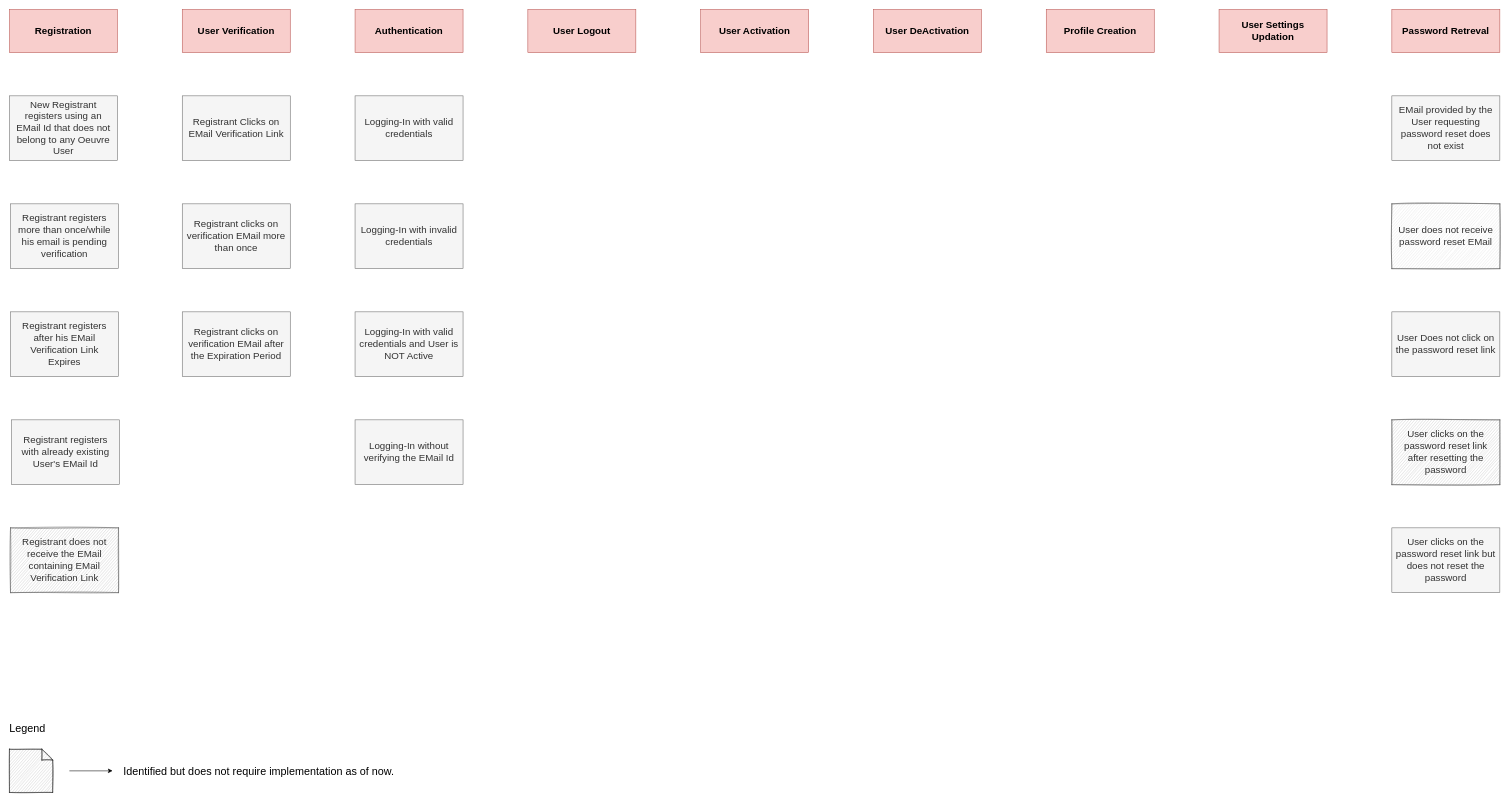
Earlier version of the draw.io diagram page "IdentityAccess-ExampleMapping" (6 of 7) of design/EventStorming.drawio (codefinity/oeuvre). Source tidied: cells renumbered, new cells numbered last; positions are measured from the earlier drawing's top-left corner, leaving out a move shared by most shapes. Both pictures are drawn from the tidied source at 54%, with x=0, y=0 at pixel (9, 9).
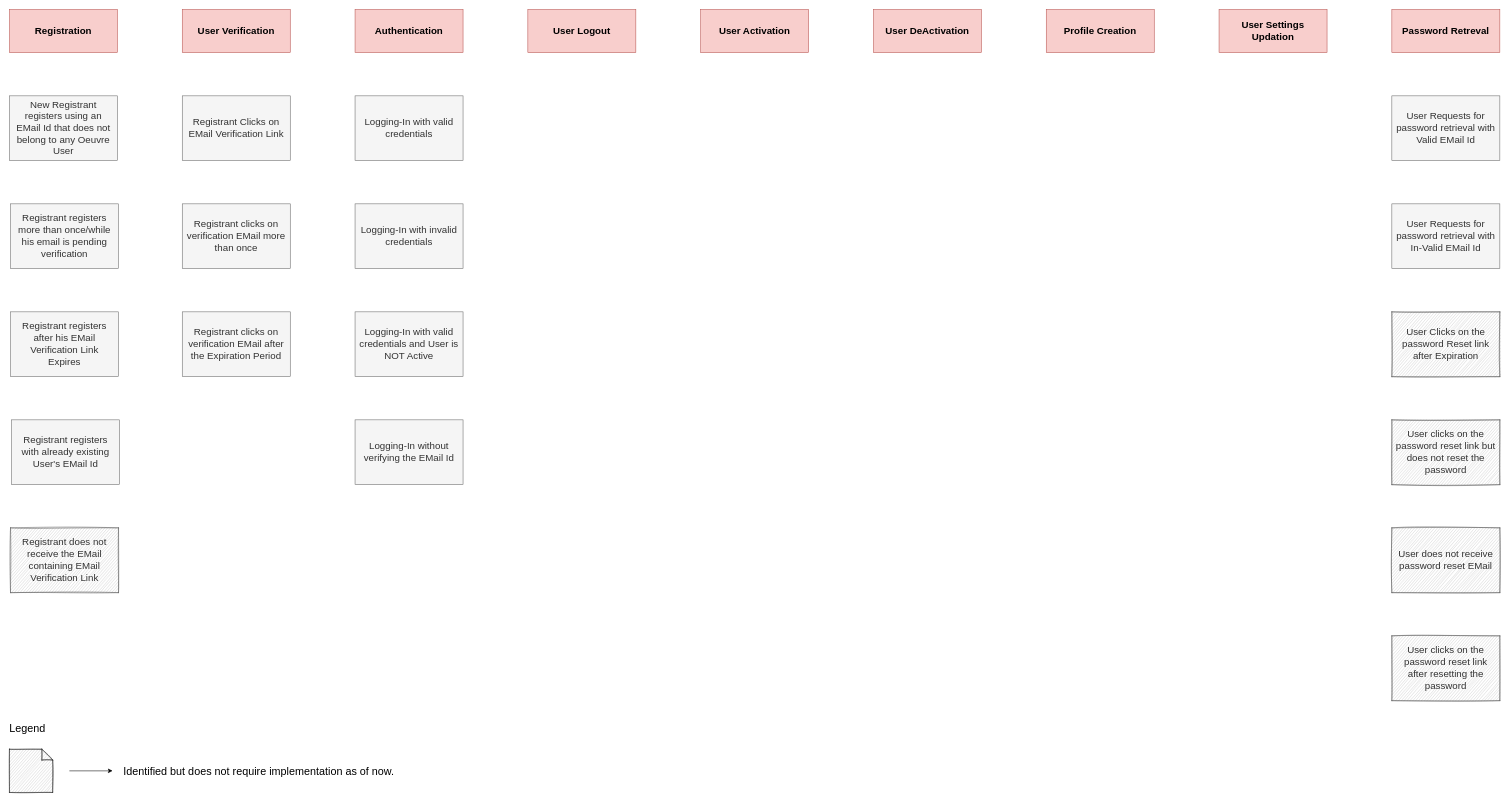
The same diagram, later.

Diff of the diagram source:
```diff
@@
-    <mxCell id="17" value="EMail provided by the User requesting password reset does not exist" style="rounded=0;whiteSpace=wrap;html=1;fontSize=18;fillColor=#f5f5f5;strokeColor=#666666;fontColor=#333333;spacing=6;" parent="1" vertex="1">
-      <mxGeometry x="2560" y="160" width="200" height="120" as="geometry" />
+    <mxCell id="17" value="User Requests for password&amp;nbsp;retrieval with In-Valid EMail Id" style="rounded=0;whiteSpace=wrap;html=1;fontSize=18;fillColor=#f5f5f5;strokeColor=#666666;fontColor=#333333;spacing=6;" parent="1" vertex="1">
+      <mxGeometry x="2560" y="360" width="200" height="120" as="geometry" />
     </mxCell>
-    <mxCell id="18" value="User does not receive password reset EMail" style="rounded=0;whiteSpace=wrap;html=1;fontSize=18;strokeColor=#666666;fontColor=#333333;spacing=6;shadow=0;sketch=1;fillColor=#E6E6E6;" parent="1" vertex="1">
-      <mxGeometry x="2560" y="360" width="200" height="120" as="geometry" />
+    <mxCell id="18" value="User does not receive password reset EMail" style="rounded=0;whiteSpace=wrap;html=1;fontSize=18;strokeColor=#666666;fontColor=#333333;spacing=6;shadow=0;sketch=1;fillColor=#CCCCCC;" parent="1" vertex="1">
+      <mxGeometry x="2560" y="960" width="200" height="120" as="geometry" />
     </mxCell>
-    <mxCell id="19" value="User Does not click on the password reset link" style="rounded=0;whiteSpace=wrap;html=1;fontSize=18;fillColor=#f5f5f5;strokeColor=#666666;fontColor=#333333;spacing=6;" parent="1" vertex="1">
+    <mxCell id="19" value="User Clicks on the password Reset link after Expiration" style="rounded=0;whiteSpace=wrap;html=1;fontSize=18;strokeColor=#666666;fontColor=#333333;spacing=6;sketch=1;fillColor=#CCCCCC;" parent="1" vertex="1">
       <mxGeometry x="2560" y="560" width="200" height="120" as="geometry" />
     </mxCell>
     <mxCell id="20" value="User clicks on the password reset link after resetting the password" style="rounded=0;whiteSpace=wrap;html=1;fontSize=18;strokeColor=#666666;fontColor=#333333;spacing=6;shadow=0;fillColor=#CCCCCC;sketch=1;" parent="1" vertex="1">
-      <mxGeometry x="2560" y="760" width="200" height="120" as="geometry" />
+      <mxGeometry x="2560" y="1160" width="200" height="120" as="geometry" />
     </mxCell>
-    <mxCell id="21" value="User clicks on the password reset link but does not reset the password" style="rounded=0;whiteSpace=wrap;html=1;fontSize=18;fillColor=#f5f5f5;strokeColor=#666666;fontColor=#333333;spacing=6;" parent="1" vertex="1">
-      <mxGeometry x="2560" y="960" width="200" height="120" as="geometry" />
+    <mxCell id="21" value="User clicks on the password reset link but does not reset the password" style="rounded=0;whiteSpace=wrap;html=1;fontSize=18;strokeColor=#666666;fontColor=#333333;spacing=6;sketch=1;fillColor=#CCCCCC;" parent="1" vertex="1">
+      <mxGeometry x="2560" y="760" width="200" height="120" as="geometry" />
     </mxCell>
@@
+    <mxCell id="32" value="User Requests for password&amp;nbsp;retrieval with Valid EMail Id" style="rounded=0;whiteSpace=wrap;html=1;fontSize=18;fillColor=#f5f5f5;strokeColor=#666666;fontColor=#333333;spacing=6;" parent="1" vertex="1">
+      <mxGeometry x="2560" y="160" width="200" height="120" as="geometry" />
+    </mxCell>
```
